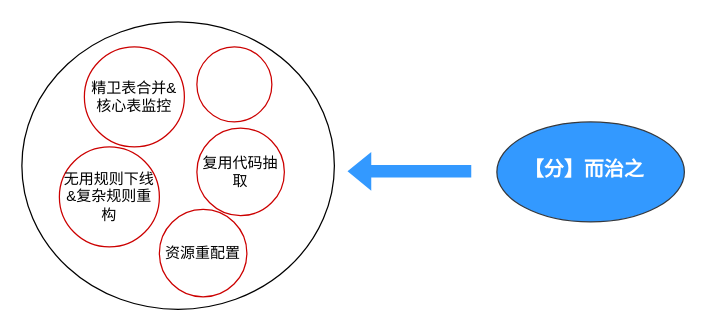
The draw.io diagram pl治理.drawio in mineminemine123/work-wiki, before the edit. Source tidied: cells renumbered, new cells numbered last; positions are measured from the earlier drawing's top-left corner, leaving out a move shared by most shapes. Both pictures are drawn from the tidied source at 125%, with x=0, y=0 at pixel (21, 21).
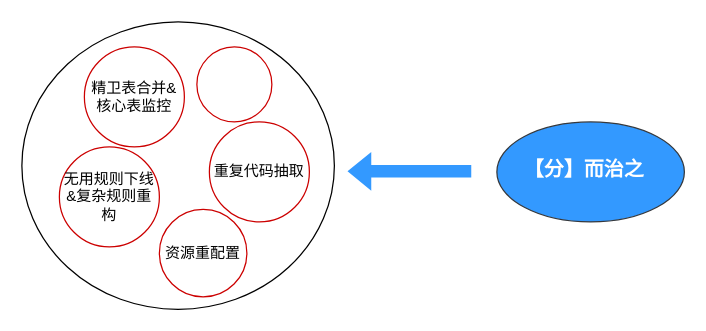
The same diagram, later.

The edit, as a diff of the source:
```diff
@@
-    <mxCell id="8" value="&lt;div&gt;&lt;div class=&quot;old-record-id-XWXkdjbSToSbAaxWngFc1ZIonQe&quot;&gt;&lt;div&gt;&lt;div class=&quot;old-record-id-XWXkdjbSToSbAaxWngFc1ZIonQe&quot;&gt;&lt;div&gt;&lt;div class=&quot;old-record-id-XWXkdjbSToSbAaxWngFc1ZIonQe&quot;&gt;复用代码抽取&lt;/div&gt;&lt;/div&gt;&lt;span class=&quot;lark-record-clipboard&quot; data-lark-record-data=&quot;{&amp;quot;rootId&amp;quot;:&amp;quot;ChRIdA0hZobBU5xymgpcbbGHnzd&amp;quot;,&amp;quot;text&amp;quot;:{&amp;quot;initialAttributedTexts&amp;quot;:{&amp;quot;text&amp;quot;:{&amp;quot;0&amp;quot;:&amp;quot;复用代码抽取&amp;quot;},&amp;quot;attribs&amp;quot;:{&amp;quot;0&amp;quot;:&amp;quot;*0+6&amp;quot;}},&amp;quot;apool&amp;quot;:{&amp;quot;numToAttrib&amp;quot;:{&amp;quot;0&amp;quot;:[&amp;quot;author&amp;quot;,&amp;quot;6789052697665437964&amp;quot;]},&amp;quot;nextNum&amp;quot;:1}},&amp;quot;type&amp;quot;:&amp;quot;text&amp;quot;,&amp;quot;referenceRecordMap&amp;quot;:{},&amp;quot;extra&amp;quot;:{&amp;quot;channel&amp;quot;:&amp;quot;saas&amp;quot;,&amp;quot;pasteRandomId&amp;quot;:&amp;quot;e9fa6218-35b4-4a9d-a9d8-3d668199a75c&amp;quot;,&amp;quot;mention_page_title&amp;quot;:{},&amp;quot;external_mention_url&amp;quot;:{}},&amp;quot;isKeepQuoteContainer&amp;quot;:false,&amp;quot;isFromCode&amp;quot;:false,&amp;quot;selection&amp;quot;:[{&amp;quot;id&amp;quot;:256,&amp;quot;type&amp;quot;:&amp;quot;text&amp;quot;,&amp;quot;selection&amp;quot;:{&amp;quot;start&amp;quot;:30,&amp;quot;end&amp;quot;:36},&amp;quot;recordId&amp;quot;:&amp;quot;XWXkdjbSToSbAaxWngFc1ZIonQe&amp;quot;}],&amp;quot;payloadMap&amp;quot;:{},&amp;quot;isCut&amp;quot;:false}&quot;&gt;&lt;/span&gt;&lt;/div&gt;&lt;/div&gt;&lt;span class=&quot;lark-record-clipboard&quot; data-lark-record-data=&quot;{&amp;quot;rootId&amp;quot;:&amp;quot;ChRIdA0hZobBU5xymgpcbbGHnzd&amp;quot;,&amp;quot;text&amp;quot;:{&amp;quot;initialAttributedTexts&amp;quot;:{&amp;quot;text&amp;quot;:{&amp;quot;0&amp;quot;:&amp;quot;无用规则下线&amp;amp;复杂规则重构&amp;quot;},&amp;quot;attribs&amp;quot;:{&amp;quot;0&amp;quot;:&amp;quot;*0+d&amp;quot;}},&amp;quot;apool&amp;quot;:{&amp;quot;numToAttrib&amp;quot;:{&amp;quot;0&amp;quot;:[&amp;quot;author&amp;quot;,&amp;quot;6789052697665437964&amp;quot;]},&amp;quot;nextNum&amp;quot;:1}},&amp;quot;type&amp;quot;:&amp;quot;text&amp;quot;,&amp;quot;referenceRecordMap&amp;quot;:{},&amp;quot;extra&amp;quot;:{&amp;quot;channel&amp;quot;:&amp;quot;saas&amp;quot;,&amp;quot;pasteRandomId&amp;quot;:&amp;quot;5cdd5dfd-b43b-46cd-955d-e5122e08f436&amp;quot;,&amp;quot;mention_page_title&amp;quot;:{},&amp;quot;external_mention_url&amp;quot;:{}},&amp;quot;isKeepQuoteContainer&amp;quot;:false,&amp;quot;isFromCode&amp;quot;:false,&amp;quot;selection&amp;quot;:[{&amp;quot;id&amp;quot;:256,&amp;quot;type&amp;quot;:&amp;quot;text&amp;quot;,&amp;quot;selection&amp;quot;:{&amp;quot;start&amp;quot;:14,&amp;quot;end&amp;quot;:27},&amp;quot;recordId&amp;quot;:&amp;quot;XWXkdjbSToSbAaxWngFc1ZIonQe&amp;quot;}],&amp;quot;payloadMap&amp;quot;:{},&amp;quot;isCut&amp;quot;:false}&quot;&gt;&lt;/span&gt;&lt;/div&gt;&lt;/div&gt;&lt;span class=&quot;lark-record-clipboard&quot; data-lark-record-data=&quot;{&amp;quot;rootId&amp;quot;:&amp;quot;ChRIdA0hZobBU5xymgpcbbGHnzd&amp;quot;,&amp;quot;text&amp;quot;:{&amp;quot;initialAttributedTexts&amp;quot;:{&amp;quot;text&amp;quot;:{&amp;quot;0&amp;quot;:&amp;quot;精卫表合并&amp;amp;核心表监控&amp;quot;},&amp;quot;attribs&amp;quot;:{&amp;quot;0&amp;quot;:&amp;quot;*0+b&amp;quot;}},&amp;quot;apool&amp;quot;:{&amp;quot;numToAttrib&amp;quot;:{&amp;quot;0&amp;quot;:[&amp;quot;author&amp;quot;,&amp;quot;6789052697665437964&amp;quot;]},&amp;quot;nextNum&amp;quot;:1}},&amp;quot;type&amp;quot;:&amp;quot;text&amp;quot;,&amp;quot;referenceRecordMap&amp;quot;:{},&amp;quot;extra&amp;quot;:{&amp;quot;channel&amp;quot;:&amp;quot;saas&amp;quot;,&amp;quot;pasteRandomId&amp;quot;:&amp;quot;1d12fe56-909d-4299-86d8-354a4d4ec832&amp;quot;,&amp;quot;mention_page_title&amp;quot;:{},&amp;quot;external_mention_url&amp;quot;:{}},&amp;quot;isKeepQuoteContainer&amp;quot;:false,&amp;quot;isFromCode&amp;quot;:false,&amp;quot;selection&amp;quot;:[{&amp;quot;id&amp;quot;:256,&amp;quot;type&amp;quot;:&amp;quot;text&amp;quot;,&amp;quot;selection&amp;quot;:{&amp;quot;start&amp;quot;:0,&amp;quot;end&amp;quot;:11},&amp;quot;recordId&amp;quot;:&amp;quot;XWXkdjbSToSbAaxWngFc1ZIonQe&amp;quot;}],&amp;quot;payloadMap&amp;quot;:{},&amp;quot;isCut&amp;quot;:false}&quot;&gt;&lt;/span&gt;" style="ellipse;whiteSpace=wrap;html=1;strokeColor=#CC0000;" parent="1" vertex="1">
-      <mxGeometry x="140" y="85" width="70" height="70" as="geometry" />
+    <mxCell id="8" value="&lt;div&gt;&lt;div class=&quot;old-record-id-XWXkdjbSToSbAaxWngFc1ZIonQe&quot;&gt;&lt;div&gt;&lt;div class=&quot;old-record-id-XWXkdjbSToSbAaxWngFc1ZIonQe&quot;&gt;&lt;div&gt;&lt;div class=&quot;old-record-id-XWXkdjbSToSbAaxWngFc1ZIonQe&quot;&gt;重复代码抽取&lt;/div&gt;&lt;/div&gt;&lt;span class=&quot;lark-record-clipboard&quot; data-lark-record-data=&quot;{&amp;quot;rootId&amp;quot;:&amp;quot;ChRIdA0hZobBU5xymgpcbbGHnzd&amp;quot;,&amp;quot;text&amp;quot;:{&amp;quot;initialAttributedTexts&amp;quot;:{&amp;quot;text&amp;quot;:{&amp;quot;0&amp;quot;:&amp;quot;复用代码抽取&amp;quot;},&amp;quot;attribs&amp;quot;:{&amp;quot;0&amp;quot;:&amp;quot;*0+6&amp;quot;}},&amp;quot;apool&amp;quot;:{&amp;quot;numToAttrib&amp;quot;:{&amp;quot;0&amp;quot;:[&amp;quot;author&amp;quot;,&amp;quot;6789052697665437964&amp;quot;]},&amp;quot;nextNum&amp;quot;:1}},&amp;quot;type&amp;quot;:&amp;quot;text&amp;quot;,&amp;quot;referenceRecordMap&amp;quot;:{},&amp;quot;extra&amp;quot;:{&amp;quot;channel&amp;quot;:&amp;quot;saas&amp;quot;,&amp;quot;pasteRandomId&amp;quot;:&amp;quot;e9fa6218-35b4-4a9d-a9d8-3d668199a75c&amp;quot;,&amp;quot;mention_page_title&amp;quot;:{},&amp;quot;external_mention_url&amp;quot;:{}},&amp;quot;isKeepQuoteContainer&amp;quot;:false,&amp;quot;isFromCode&amp;quot;:false,&amp;quot;selection&amp;quot;:[{&amp;quot;id&amp;quot;:256,&amp;quot;type&amp;quot;:&amp;quot;text&amp;quot;,&amp;quot;selection&amp;quot;:{&amp;quot;start&amp;quot;:30,&amp;quot;end&amp;quot;:36},&amp;quot;recordId&amp;quot;:&amp;quot;XWXkdjbSToSbAaxWngFc1ZIonQe&amp;quot;}],&amp;quot;payloadMap&amp;quot;:{},&amp;quot;isCut&amp;quot;:false}&quot;&gt;&lt;/span&gt;&lt;/div&gt;&lt;/div&gt;&lt;span class=&quot;lark-record-clipboard&quot; data-lark-record-data=&quot;{&amp;quot;rootId&amp;quot;:&amp;quot;ChRIdA0hZobBU5xymgpcbbGHnzd&amp;quot;,&amp;quot;text&amp;quot;:{&amp;quot;initialAttributedTexts&amp;quot;:{&amp;quot;text&amp;quot;:{&amp;quot;0&amp;quot;:&amp;quot;无用规则下线&amp;amp;复杂规则重构&amp;quot;},&amp;quot;attribs&amp;quot;:{&amp;quot;0&amp;quot;:&amp;quot;*0+d&amp;quot;}},&amp;quot;apool&amp;quot;:{&amp;quot;numToAttrib&amp;quot;:{&amp;quot;0&amp;quot;:[&amp;quot;author&amp;quot;,&amp;quot;6789052697665437964&amp;quot;]},&amp;quot;nextNum&amp;quot;:1}},&amp;quot;type&amp;quot;:&amp;quot;text&amp;quot;,&amp;quot;referenceRecordMap&amp;quot;:{},&amp;quot;extra&amp;quot;:{&amp;quot;channel&amp;quot;:&amp;quot;saas&amp;quot;,&amp;quot;pasteRandomId&amp;quot;:&amp;quot;5cdd5dfd-b43b-46cd-955d-e5122e08f436&amp;quot;,&amp;quot;mention_page_title&amp;quot;:{},&amp;quot;external_mention_url&amp;quot;:{}},&amp;quot;isKeepQuoteContainer&amp;quot;:false,&amp;quot;isFromCode&amp;quot;:false,&amp;quot;selection&amp;quot;:[{&amp;quot;id&amp;quot;:256,&amp;quot;type&amp;quot;:&amp;quot;text&amp;quot;,&amp;quot;selection&amp;quot;:{&amp;quot;start&amp;quot;:14,&amp;quot;end&amp;quot;:27},&amp;quot;recordId&amp;quot;:&amp;quot;XWXkdjbSToSbAaxWngFc1ZIonQe&amp;quot;}],&amp;quot;payloadMap&amp;quot;:{},&amp;quot;isCut&amp;quot;:false}&quot;&gt;&lt;/span&gt;&lt;/div&gt;&lt;/div&gt;&lt;span class=&quot;lark-record-clipboard&quot; data-lark-record-data=&quot;{&amp;quot;rootId&amp;quot;:&amp;quot;ChRIdA0hZobBU5xymgpcbbGHnzd&amp;quot;,&amp;quot;text&amp;quot;:{&amp;quot;initialAttributedTexts&amp;quot;:{&amp;quot;text&amp;quot;:{&amp;quot;0&amp;quot;:&amp;quot;精卫表合并&amp;amp;核心表监控&amp;quot;},&amp;quot;attribs&amp;quot;:{&amp;quot;0&amp;quot;:&amp;quot;*0+b&amp;quot;}},&amp;quot;apool&amp;quot;:{&amp;quot;numToAttrib&amp;quot;:{&amp;quot;0&amp;quot;:[&amp;quot;author&amp;quot;,&amp;quot;6789052697665437964&amp;quot;]},&amp;quot;nextNum&amp;quot;:1}},&amp;quot;type&amp;quot;:&amp;quot;text&amp;quot;,&amp;quot;referenceRecordMap&amp;quot;:{},&amp;quot;extra&amp;quot;:{&amp;quot;channel&amp;quot;:&amp;quot;saas&amp;quot;,&amp;quot;pasteRandomId&amp;quot;:&amp;quot;1d12fe56-909d-4299-86d8-354a4d4ec832&amp;quot;,&amp;quot;mention_page_title&amp;quot;:{},&amp;quot;external_mention_url&amp;quot;:{}},&amp;quot;isKeepQuoteContainer&amp;quot;:false,&amp;quot;isFromCode&amp;quot;:false,&amp;quot;selection&amp;quot;:[{&amp;quot;id&amp;quot;:256,&amp;quot;type&amp;quot;:&amp;quot;text&amp;quot;,&amp;quot;selection&amp;quot;:{&amp;quot;start&amp;quot;:0,&amp;quot;end&amp;quot;:11},&amp;quot;recordId&amp;quot;:&amp;quot;XWXkdjbSToSbAaxWngFc1ZIonQe&amp;quot;}],&amp;quot;payloadMap&amp;quot;:{},&amp;quot;isCut&amp;quot;:false}&quot;&gt;&lt;/span&gt;" style="ellipse;whiteSpace=wrap;html=1;strokeColor=#CC0000;" parent="1" vertex="1">
+      <mxGeometry x="150" y="80" width="80" height="80" as="geometry" />
     </mxCell>
```
